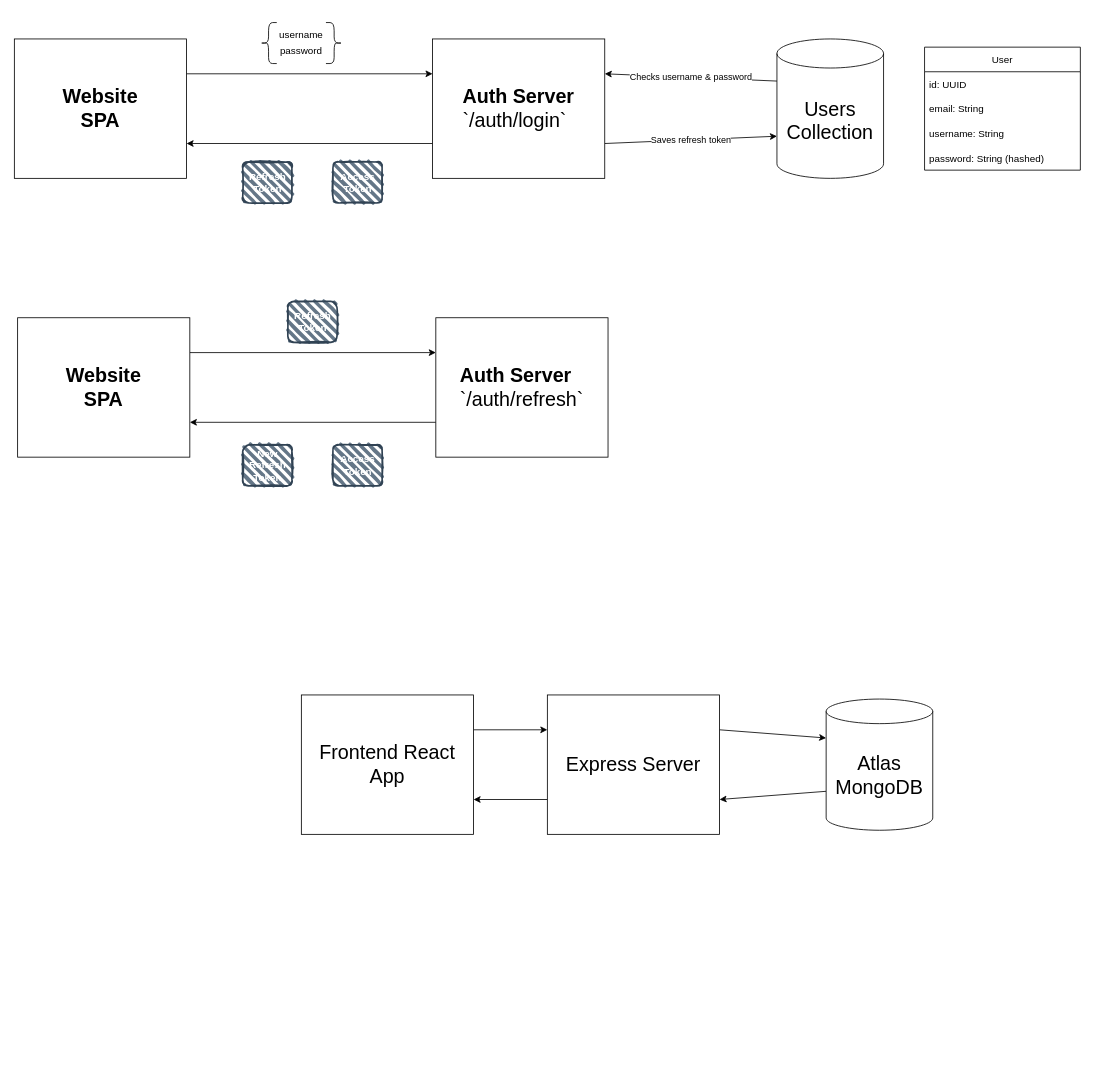
The draw.io diagram architecture.dio in szabikr/poc-authentication, before the edit. Source tidied: cells renumbered, new cells numbered last; positions are measured from the earlier drawing's top-left corner, leaving out a move shared by most shapes. Both pictures are drawn from the tidied source at 82%, with x=0, y=0 at pixel (14, 14).
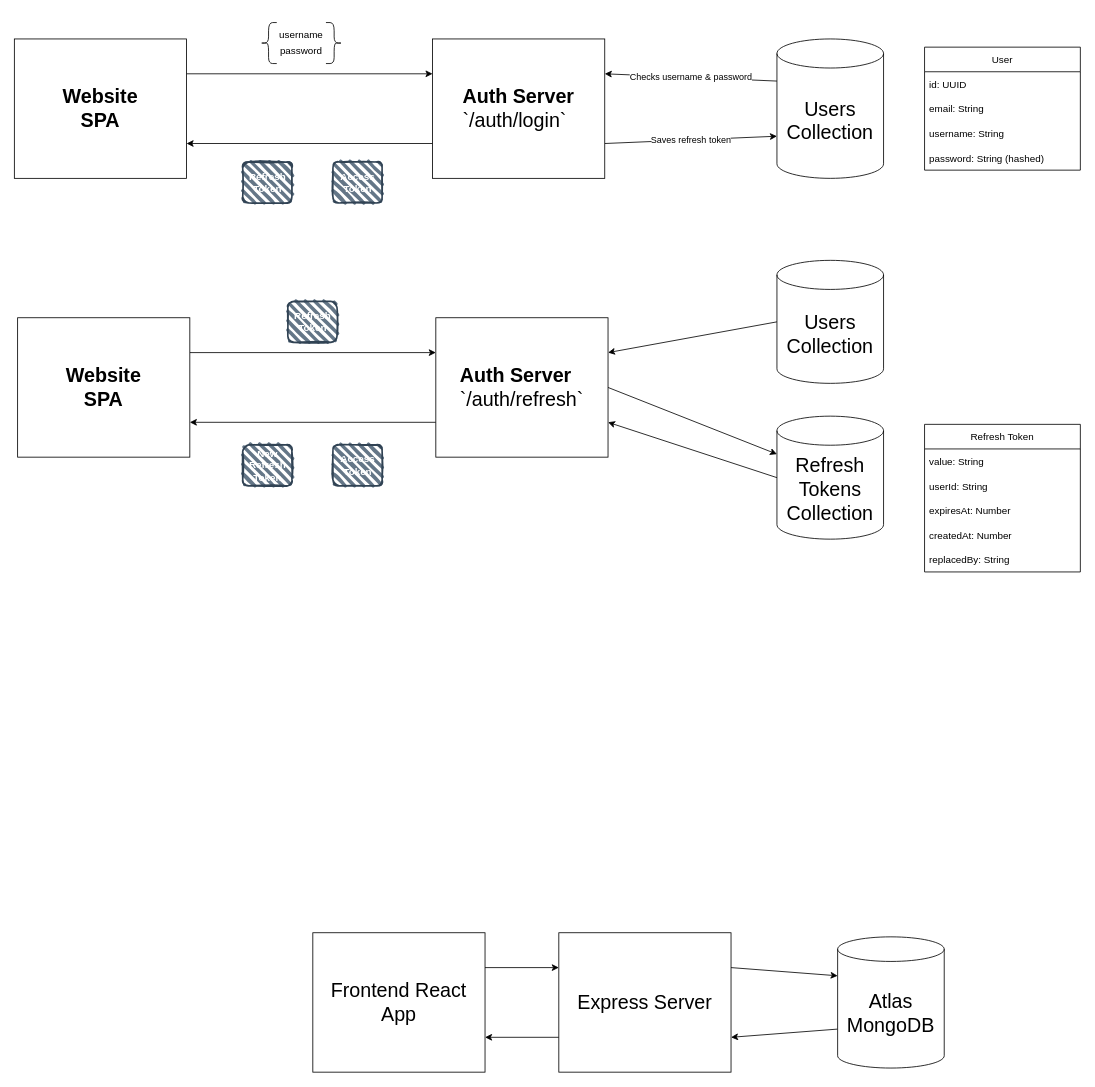
After the change.

Commit message:
📄 Updating Architecture diagram

The change refers to these unchanged cells:
```xml
<mxCell id="32" value="&lt;p style=&quot;line-height: 1.2&quot;&gt;&lt;/p&gt;&lt;div style=&quot;text-align: left&quot;&gt;&lt;span style=&quot;font-size: 24px&quot;&gt;&lt;b&gt;Auth Server&lt;/b&gt;&lt;/span&gt;&lt;/div&gt;&lt;font style=&quot;font-size: 24px&quot;&gt;&lt;div style=&quot;text-align: left&quot;&gt;&lt;span&gt;`/auth/refresh`&lt;/span&gt;&lt;/div&gt;&lt;/font&gt;&lt;p&gt;&lt;/p&gt;" style="rounded=0;whiteSpace=wrap;html=1;" parent="1" vertex="1">
  <mxGeometry x="514" y="370" width="210" height="170" as="geometry" />
</mxCell>
```

What changed in the source:
```diff
@@
     <mxCell id="10" value="&lt;font style=&quot;font-size: 24px&quot;&gt;Frontend React App&lt;/font&gt;" style="rounded=0;whiteSpace=wrap;html=1;" parent="1" vertex="1">
-      <mxGeometry x="350" y="830" width="210" height="170" as="geometry" />
+      <mxGeometry x="364" y="1120" width="210" height="170" as="geometry" />
     </mxCell>
@@
     <mxCell id="13" value="&lt;font style=&quot;font-size: 24px&quot;&gt;Express Server&lt;/font&gt;" style="rounded=0;whiteSpace=wrap;html=1;" parent="1" vertex="1">
-      <mxGeometry x="650" y="830" width="210" height="170" as="geometry" />
+      <mxGeometry x="664" y="1120" width="210" height="170" as="geometry" />
     </mxCell>
@@
     <mxCell id="15" value="Atlas MongoDB" style="shape=cylinder3;whiteSpace=wrap;html=1;boundedLbl=1;backgroundOutline=1;size=15;fontSize=24;" parent="1" vertex="1">
-      <mxGeometry x="990" y="835" width="130" height="160" as="geometry" />
+      <mxGeometry x="1004" y="1125" width="130" height="160" as="geometry" />
     </mxCell>
@@
+    <mxCell id="36" style="edgeStyle=none;html=1;entryX=1;entryY=0.25;entryDx=0;entryDy=0;exitX=0;exitY=0.5;exitDx=0;exitDy=0;exitPerimeter=0;" parent="1" edge="1" source="38" target="32">
+      <mxGeometry relative="1" as="geometry" />
+    </mxCell>
+    <mxCell id="37" style="edgeStyle=none;html=1;exitX=1;exitY=0.5;exitDx=0;exitDy=0;entryX=0;entryY=0;entryDx=0;entryDy=46.36425601734836;entryPerimeter=0;" parent="1" edge="1" source="32" target="40">
+      <mxGeometry relative="1" as="geometry" />
+    </mxCell>
@@
+    <mxCell id="38" value="Users Collection" style="shape=cylinder3;whiteSpace=wrap;html=1;boundedLbl=1;backgroundOutline=1;size=17.72851203469672;fontSize=24;" parent="1" vertex="1">
+      <mxGeometry x="930" y="300" width="130" height="150" as="geometry" />
+    </mxCell>
+    <mxCell id="39" style="edgeStyle=none;html=1;exitX=0;exitY=0.5;exitDx=0;exitDy=0;exitPerimeter=0;entryX=1;entryY=0.75;entryDx=0;entryDy=0;" parent="1" edge="1" source="40" target="32">
+      <mxGeometry relative="1" as="geometry" />
+    </mxCell>
+    <mxCell id="40" value="Refresh Tokens Collection" style="shape=cylinder3;whiteSpace=wrap;html=1;boundedLbl=1;backgroundOutline=1;size=17.72851203469672;fontSize=24;" parent="1" vertex="1">
+      <mxGeometry x="930" y="490" width="130" height="150" as="geometry" />
+    </mxCell>
+    <mxCell id="41" value="Refresh Token" style="swimlane;fontStyle=0;horizontal=1;startSize=30;" parent="1" vertex="1">
+      <mxGeometry x="1110" y="500" width="190" height="180" as="geometry" />
+    </mxCell>
+    <mxCell id="42" value="value: String" style="text;strokeColor=none;fillColor=none;align=left;verticalAlign=middle;spacingLeft=4;spacingRight=4;overflow=hidden;" parent="41" vertex="1">
+      <mxGeometry y="30" width="190" height="30" as="geometry" />
+    </mxCell>
+    <mxCell id="43" value="userId: String" style="text;strokeColor=none;fillColor=none;align=left;verticalAlign=middle;spacingLeft=4;spacingRight=4;overflow=hidden;" parent="41" vertex="1">
+      <mxGeometry y="60" width="190" height="30" as="geometry" />
+    </mxCell>
+    <mxCell id="44" value="expiresAt: Number" style="text;strokeColor=none;fillColor=none;align=left;verticalAlign=middle;spacingLeft=4;spacingRight=4;overflow=hidden;" parent="41" vertex="1">
+      <mxGeometry y="90" width="190" height="30" as="geometry" />
+    </mxCell>
+    <mxCell id="45" value="createdAt: Number" style="text;strokeColor=none;fillColor=none;align=left;verticalAlign=middle;spacingLeft=4;spacingRight=4;overflow=hidden;" parent="41" vertex="1">
+      <mxGeometry y="120" width="190" height="30" as="geometry" />
+    </mxCell>
+    <mxCell id="46" value="replacedBy: String" style="text;strokeColor=none;fillColor=none;align=left;verticalAlign=middle;spacingLeft=4;spacingRight=4;overflow=hidden;" parent="41" vertex="1">
+      <mxGeometry y="150" width="190" height="30" as="geometry" />
+    </mxCell>
```
